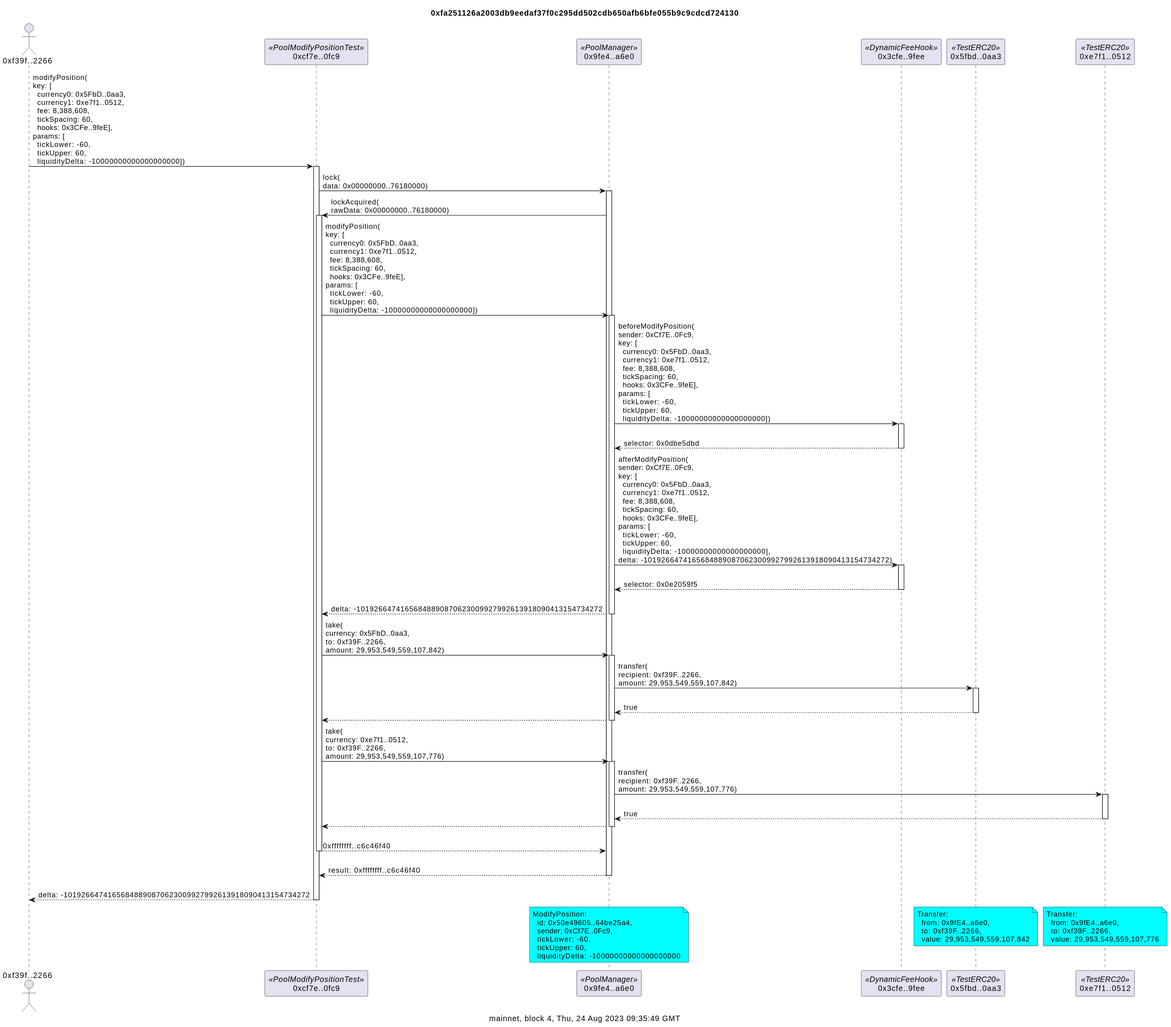
Earlier version of the PlantUML export docs/dynamicFeeWithdrawDetailed.svg (naddison36/uniswap-v4-hooks). The source it was exported from:
```plantuml
@startuml
title 0xfa251126a2003db9eedaf37f0c295dd502cdb650afb6bfe055b9c9cdcd724130

caption mainnet, block 4, Thu, 24 Aug 2023 09:35:49 GMT
actor "0xf39f..2266" as f39f2266
participant "0xcf7e..0fc9" as cf7e0fc9 <<PoolModifyPositionTest>>
participant "0x9fe4..a6e0" as 9fe4a6e0 <<PoolManager>>
participant "0x3cfe..9fee" as 3cfe9fee <<DynamicFeeHook>>
participant "0x5fbd..0aa3" as 5fbd0aa3 <<TestERC20>>
participant "0xe7f1..0512" as e7f10512 <<TestERC20>>

f39f2266 -> cf7e0fc9: modifyPosition(\nkey: [\n  currency0: 0x5FbD..0aa3,\n  currency1: 0xe7f1..0512,\n  fee: 8,388,608,\n  tickSpacing: 60,\n  hooks: 0x3CFe..9feE],\nparams: [\n  tickLower: -60,\n  tickUpper: 60,\n  liquidityDelta: -10000000000000000000])
activate cf7e0fc9
cf7e0fc9 -> 9fe4a6e0: lock(\ndata: 0x00000000..76180000)
activate 9fe4a6e0
9fe4a6e0 -> cf7e0fc9: lockAcquired(\nrawData: 0x00000000..76180000)
activate cf7e0fc9
cf7e0fc9 -> 9fe4a6e0: modifyPosition(\nkey: [\n  currency0: 0x5FbD..0aa3,\n  currency1: 0xe7f1..0512,\n  fee: 8,388,608,\n  tickSpacing: 60,\n  hooks: 0x3CFe..9feE],\nparams: [\n  tickLower: -60,\n  tickUpper: 60,\n  liquidityDelta: -10000000000000000000])
activate 9fe4a6e0
9fe4a6e0 -> 3cfe9fee: beforeModifyPosition(\nsender: 0xCf7E..0Fc9,\nkey: [\n  currency0: 0x5FbD..0aa3,\n  currency1: 0xe7f1..0512,\n  fee: 8,388,608,\n  tickSpacing: 60,\n  hooks: 0x3CFe..9feE],\nparams: [\n  tickLower: -60,\n  tickUpper: 60,\n  liquidityDelta: -10000000000000000000])
activate 3cfe9fee
return\nselector: 0x0dbe5dbd
9fe4a6e0 -> 3cfe9fee: afterModifyPosition(\nsender: 0xCf7E..0Fc9,\nkey: [\n  currency0: 0x5FbD..0aa3,\n  currency1: 0xe7f1..0512,\n  fee: 8,388,608,\n  tickSpacing: 60,\n  hooks: 0x3CFe..9feE],\nparams: [\n  tickLower: -60,\n  tickUpper: 60,\n  liquidityDelta: -10000000000000000000],\ndelta: -10192664741656848890870623009927992613918090413154734272)
activate 3cfe9fee
return\nselector: 0x0e2059f5
return\ndelta: -10192664741656848890870623009927992613918090413154734272
cf7e0fc9 -> 9fe4a6e0: take(\ncurrency: 0x5FbD..0aa3,\nto: 0xf39F..2266,\namount: 29,953,549,559,107,842)
activate 9fe4a6e0
9fe4a6e0 -> 5fbd0aa3: transfer(\nrecipient: 0xf39F..2266,\namount: 29,953,549,559,107,842)
activate 5fbd0aa3
return\ntrue
return
cf7e0fc9 -> 9fe4a6e0: take(\ncurrency: 0xe7f1..0512,\nto: 0xf39F..2266,\namount: 29,953,549,559,107,776)
activate 9fe4a6e0
9fe4a6e0 -> e7f10512: transfer(\nrecipient: 0xf39F..2266,\namount: 29,953,549,559,107,776)
activate e7f10512
return\ntrue
return
return\n0xffffffff..c6c46f40
return\nresult: 0xffffffff..c6c46f40
return\ndelta: -10192664741656848890870623009927992613918090413154734272

note over 9fe4a6e0 #aqua
ModifyPosition:
  id: 0x50e49605..64be25a4,
  sender: 0xCf7E..0Fc9,
  tickLower: -60,
  tickUpper: 60,
  liquidityDelta: -10000000000000000000
end note

/ note over 5fbd0aa3 #aqua
Transfer:
  from: 0x9fE4..a6e0,
  to: 0xf39F..2266,
  value: 29,953,549,559,107,842
end note

/ note over e7f10512 #aqua
Transfer:
  from: 0x9fE4..a6e0,
  to: 0xf39F..2266,
  value: 29,953,549,559,107,776
end note
@enduml
```
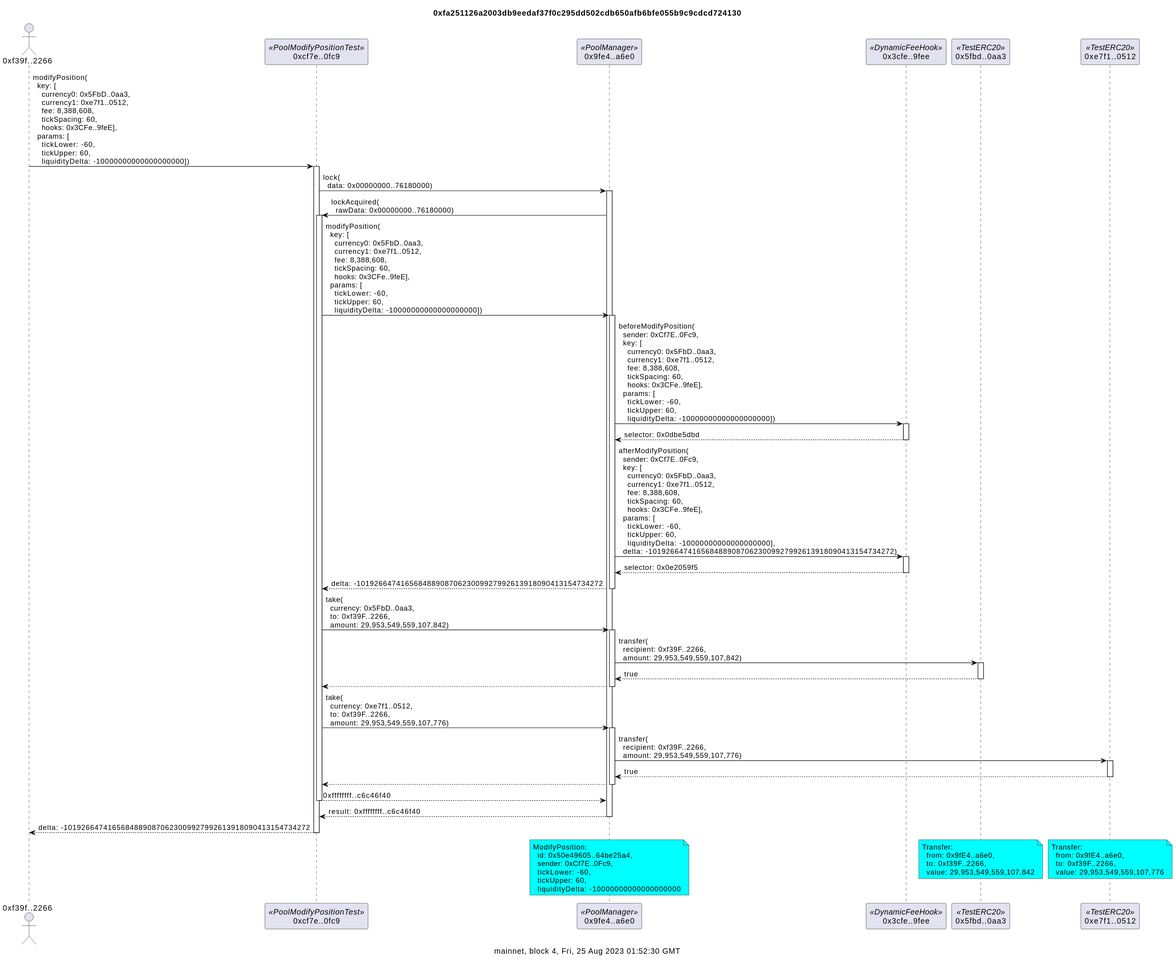
After the commit.

Change to the diagram source:
```diff
@@ -1,7 +1,7 @@
 @startuml
 title 0xfa251126a2003db9eedaf37f0c295dd502cdb650afb6bfe055b9c9cdcd724130
 
-caption mainnet, block 4, Thu, 24 Aug 2023 09:35:49 GMT
+caption mainnet, block 4, Fri, 25 Aug 2023 01:52:30 GMT
 actor "0xf39f..2266" as f39f2266
 participant "0xcf7e..0fc9" as cf7e0fc9 <<PoolModifyPositionTest>>
 participant "0x9fe4..a6e0" as 9fe4a6e0 <<PoolManager>>
@@ -9,36 +9,36 @@
 participant "0x5fbd..0aa3" as 5fbd0aa3 <<TestERC20>>
 participant "0xe7f1..0512" as e7f10512 <<TestERC20>>
 
-f39f2266 -> cf7e0fc9: modifyPosition(\nkey: [\n  currency0: 0x5FbD..0aa3,\n  currency1: 0xe7f1..0512,\n  fee: 8,388,608,\n  tickSpacing: 60,\n  hooks: 0x3CFe..9feE],\nparams: [\n  tickLower: -60,\n  tickUpper: 60,\n  liquidityDelta: -10000000000000000000])
+f39f2266 -> cf7e0fc9: modifyPosition(\n  key: [\n    currency0: 0x5FbD..0aa3,\n    currency1: 0xe7f1..0512,\n    fee: 8,388,608,\n    tickSpacing: 60,\n    hooks: 0x3CFe..9feE],\n  params: [\n    tickLower: -60,\n    tickUpper: 60,\n    liquidityDelta: -10000000000000000000])
 activate cf7e0fc9
-cf7e0fc9 -> 9fe4a6e0: lock(\ndata: 0x00000000..76180000)
+cf7e0fc9 -> 9fe4a6e0: lock(\n  data: 0x00000000..76180000)
 activate 9fe4a6e0
-9fe4a6e0 -> cf7e0fc9: lockAcquired(\nrawData: 0x00000000..76180000)
+9fe4a6e0 -> cf7e0fc9: lockAcquired(\n  rawData: 0x00000000..76180000)
 activate cf7e0fc9
-cf7e0fc9 -> 9fe4a6e0: modifyPosition(\nkey: [\n  currency0: 0x5FbD..0aa3,\n  currency1: 0xe7f1..0512,\n  fee: 8,388,608,\n  tickSpacing: 60,\n  hooks: 0x3CFe..9feE],\nparams: [\n  tickLower: -60,\n  tickUpper: 60,\n  liquidityDelta: -10000000000000000000])
+cf7e0fc9 -> 9fe4a6e0: modifyPosition(\n  key: [\n    currency0: 0x5FbD..0aa3,\n    currency1: 0xe7f1..0512,\n    fee: 8,388,608,\n    tickSpacing: 60,\n    hooks: 0x3CFe..9feE],\n  params: [\n    tickLower: -60,\n    tickUpper: 60,\n    liquidityDelta: -10000000000000000000])
 activate 9fe4a6e0
-9fe4a6e0 -> 3cfe9fee: beforeModifyPosition(\nsender: 0xCf7E..0Fc9,\nkey: [\n  currency0: 0x5FbD..0aa3,\n  currency1: 0xe7f1..0512,\n  fee: 8,388,608,\n  tickSpacing: 60,\n  hooks: 0x3CFe..9feE],\nparams: [\n  tickLower: -60,\n  tickUpper: 60,\n  liquidityDelta: -10000000000000000000])
+9fe4a6e0 -> 3cfe9fee: beforeModifyPosition(\n  sender: 0xCf7E..0Fc9,\n  key: [\n    currency0: 0x5FbD..0aa3,\n    currency1: 0xe7f1..0512,\n    fee: 8,388,608,\n    tickSpacing: 60,\n    hooks: 0x3CFe..9feE],\n  params: [\n    tickLower: -60,\n    tickUpper: 60,\n    liquidityDelta: -10000000000000000000])
 activate 3cfe9fee
-return\nselector: 0x0dbe5dbd
-9fe4a6e0 -> 3cfe9fee: afterModifyPosition(\nsender: 0xCf7E..0Fc9,\nkey: [\n  currency0: 0x5FbD..0aa3,\n  currency1: 0xe7f1..0512,\n  fee: 8,388,608,\n  tickSpacing: 60,\n  hooks: 0x3CFe..9feE],\nparams: [\n  tickLower: -60,\n  tickUpper: 60,\n  liquidityDelta: -10000000000000000000],\ndelta: -10192664741656848890870623009927992613918090413154734272)
+return selector: 0x0dbe5dbd
+9fe4a6e0 -> 3cfe9fee: afterModifyPosition(\n  sender: 0xCf7E..0Fc9,\n  key: [\n    currency0: 0x5FbD..0aa3,\n    currency1: 0xe7f1..0512,\n    fee: 8,388,608,\n    tickSpacing: 60,\n    hooks: 0x3CFe..9feE],\n  params: [\n    tickLower: -60,\n    tickUpper: 60,\n    liquidityDelta: -10000000000000000000],\n  delta: -10192664741656848890870623009927992613918090413154734272)
 activate 3cfe9fee
-return\nselector: 0x0e2059f5
-return\ndelta: -10192664741656848890870623009927992613918090413154734272
-cf7e0fc9 -> 9fe4a6e0: take(\ncurrency: 0x5FbD..0aa3,\nto: 0xf39F..2266,\namount: 29,953,549,559,107,842)
+return selector: 0x0e2059f5
+return delta: -10192664741656848890870623009927992613918090413154734272
+cf7e0fc9 -> 9fe4a6e0: take(\n  currency: 0x5FbD..0aa3,\n  to: 0xf39F..2266,\n  amount: 29,953,549,559,107,842)
 activate 9fe4a6e0
-9fe4a6e0 -> 5fbd0aa3: transfer(\nrecipient: 0xf39F..2266,\namount: 29,953,549,559,107,842)
+9fe4a6e0 -> 5fbd0aa3: transfer(\n  recipient: 0xf39F..2266,\n  amount: 29,953,549,559,107,842)
 activate 5fbd0aa3
-return\ntrue
+return true
 return
-cf7e0fc9 -> 9fe4a6e0: take(\ncurrency: 0xe7f1..0512,\nto: 0xf39F..2266,\namount: 29,953,549,559,107,776)
+cf7e0fc9 -> 9fe4a6e0: take(\n  currency: 0xe7f1..0512,\n  to: 0xf39F..2266,\n  amount: 29,953,549,559,107,776)
 activate 9fe4a6e0
-9fe4a6e0 -> e7f10512: transfer(\nrecipient: 0xf39F..2266,\namount: 29,953,549,559,107,776)
+9fe4a6e0 -> e7f10512: transfer(\n  recipient: 0xf39F..2266,\n  amount: 29,953,549,559,107,776)
 activate e7f10512
-return\ntrue
+return true
 return
-return\n0xffffffff..c6c46f40
-return\nresult: 0xffffffff..c6c46f40
-return\ndelta: -10192664741656848890870623009927992613918090413154734272
+return 0xffffffff..c6c46f40
+return result: 0xffffffff..c6c46f40
+return delta: -10192664741656848890870623009927992613918090413154734272
 
 note over 9fe4a6e0 #aqua
 ModifyPosition:
```
